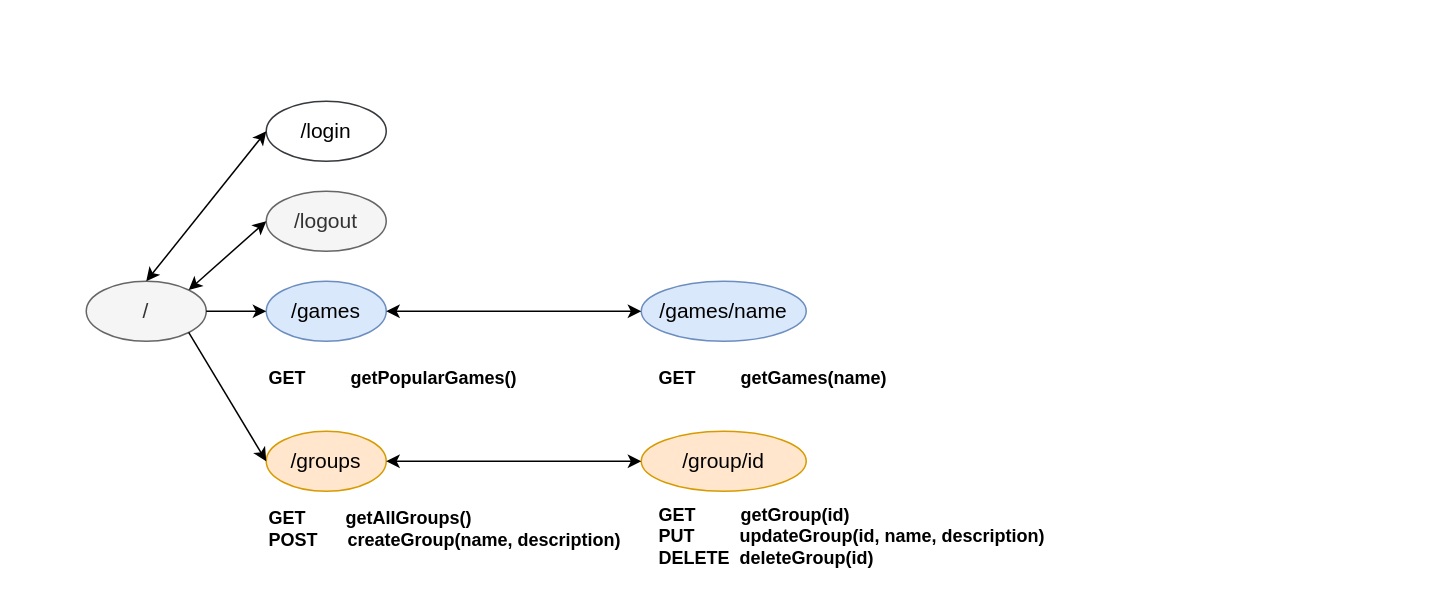
Earlier version of the draw.io diagram apiDocumentation/paths.drawio (joaoesantos/PI-1920i-LI51N-G03). Source tidied: cells renumbered, new cells numbered last; positions are measured from the earlier drawing's top-left corner, leaving out a move shared by most shapes. Both pictures are drawn from the tidied source at 150%, with x=0, y=0 at pixel (86, 100).
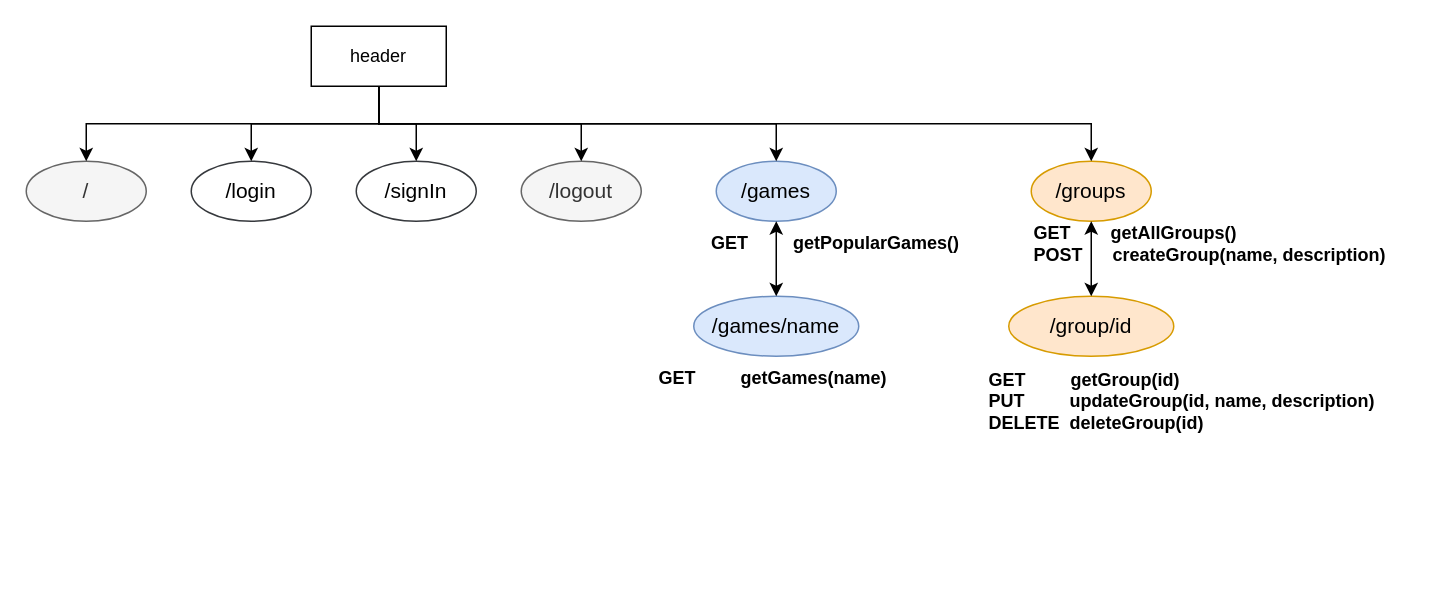
The same diagram, later.

Commit message (it also covers changes not shown here):
set password field empty when they dont match on signin, updated spa page flow with header and signin page

Diff of the diagram source:
```diff
@@
     <mxCell id="2" value="&lt;font style=&quot;font-size: 14px&quot;&gt;/&lt;/font&gt;" style="ellipse;whiteSpace=wrap;html=1;fillColor=#f5f5f5;strokeColor=#666666;fontColor=#333333;" parent="1" vertex="1">
-      <mxGeometry y="120" width="80" height="40" as="geometry" />
+      <mxGeometry x="-40" y="40" width="80" height="40" as="geometry" />
     </mxCell>
     <mxCell id="3" value="&lt;font style=&quot;font-size: 14px&quot;&gt;/games&lt;/font&gt;" style="ellipse;whiteSpace=wrap;html=1;fillColor=#dae8fc;strokeColor=#6c8ebf;" parent="1" vertex="1">
-      <mxGeometry x="120" y="120" width="80" height="40" as="geometry" />
+      <mxGeometry x="420" y="40" width="80" height="40" as="geometry" />
     </mxCell>
     <mxCell id="4" value="&lt;font style=&quot;font-size: 14px&quot;&gt;/groups&lt;/font&gt;" style="ellipse;whiteSpace=wrap;html=1;fillColor=#ffe6cc;strokeColor=#d79b00;" parent="1" vertex="1">
-      <mxGeometry x="120" y="220" width="80" height="40" as="geometry" />
+      <mxGeometry x="630" y="40" width="80" height="40" as="geometry" />
     </mxCell>
     <mxCell id="5" value="&lt;font style=&quot;font-size: 14px&quot;&gt;/games/name&lt;/font&gt;" style="ellipse;whiteSpace=wrap;html=1;fillColor=#dae8fc;strokeColor=#6c8ebf;" parent="1" vertex="1">
-      <mxGeometry x="370" y="120" width="110" height="40" as="geometry" />
+      <mxGeometry x="405" y="130" width="110" height="40" as="geometry" />
     </mxCell>
     <mxCell id="6" value="&lt;font style=&quot;font-size: 14px&quot;&gt;/group/id&lt;/font&gt;" style="ellipse;whiteSpace=wrap;html=1;fillColor=#ffe6cc;strokeColor=#d79b00;" parent="1" vertex="1">
-      <mxGeometry x="370" y="220" width="110" height="40" as="geometry" />
+      <mxGeometry x="615" y="130" width="110" height="40" as="geometry" />
     </mxCell>
     <mxCell id="7" value="&lt;b&gt;GET&amp;nbsp; &amp;nbsp; &amp;nbsp; &amp;nbsp; &amp;nbsp;getPopularGames()&lt;/b&gt;" style="text;html=1;strokeColor=none;fillColor=none;align=left;verticalAlign=middle;whiteSpace=wrap;rounded=0;" parent="1" vertex="1">
-      <mxGeometry x="120" y="170" width="200" height="30" as="geometry" />
+      <mxGeometry x="415" y="80" width="200" height="30" as="geometry" />
     </mxCell>
     <mxCell id="8" value="&lt;b&gt;GET&amp;nbsp; &amp;nbsp; &amp;nbsp; &amp;nbsp; getAllGroups()&lt;br&gt;POST&amp;nbsp; &amp;nbsp; &amp;nbsp; createGroup(name, description)&lt;/b&gt;" style="text;html=1;strokeColor=none;fillColor=none;align=left;verticalAlign=middle;whiteSpace=wrap;rounded=0;" parent="1" vertex="1">
-      <mxGeometry x="120" y="270" width="240" height="30" as="geometry" />
+      <mxGeometry x="630" y="80" width="240" height="30" as="geometry" />
     </mxCell>
@@
     <mxCell id="10" value="&lt;b&gt;GET&amp;nbsp; &amp;nbsp; &amp;nbsp; &amp;nbsp; &amp;nbsp;getGroup(id)&lt;br&gt;PUT&amp;nbsp; &amp;nbsp; &amp;nbsp; &amp;nbsp; &amp;nbsp;updateGroup(id, name, description)&lt;br&gt;DELETE&amp;nbsp; deleteGroup(id)&lt;/b&gt;" style="text;html=1;strokeColor=none;fillColor=none;align=left;verticalAlign=middle;whiteSpace=wrap;rounded=0;" parent="1" vertex="1">
-      <mxGeometry x="380" y="270" width="280" height="40" as="geometry" />
+      <mxGeometry x="600" y="180" width="280" height="40" as="geometry" />
     </mxCell>
-    <mxCell id="11" style="endArrow=classic;startArrow=classic;html=1;entryX=0;entryY=0.5;entryDx=0;entryDy=0;exitX=1;exitY=0.5;exitDx=0;exitDy=0;" parent="1" edge="1" source="4" target="6">
+    <mxCell id="11" style="endArrow=classic;startArrow=classic;html=1;entryX=0.5;entryY=0;entryDx=0;entryDy=0;exitX=0.5;exitY=1;exitDx=0;exitDy=0;" parent="1" edge="1" source="4" target="6">
       <mxGeometry relative="1" as="geometry" />
     </mxCell>
-    <mxCell id="12" style="endArrow=classic;startArrow=classic;html=1;entryX=0;entryY=0.5;entryDx=0;entryDy=0;exitX=1;exitY=0.5;exitDx=0;exitDy=0;" parent="1" edge="1" source="3" target="5">
+    <mxCell id="12" style="endArrow=classic;startArrow=classic;html=1;entryX=0.5;entryY=0;entryDx=0;entryDy=0;exitX=0.5;exitY=1;exitDx=0;exitDy=0;" parent="1" edge="1" source="3" target="5">
       <mxGeometry relative="1" as="geometry" />
     </mxCell>
     <mxCell id="13" value="&lt;font style=&quot;font-size: 14px&quot;&gt;/login&lt;/font&gt;" style="ellipse;whiteSpace=wrap;html=1;fillColor=none;strokeColor=#36393d;gradientColor=#EA6B66;gradientDirection=west;" parent="1" vertex="1">
-      <mxGeometry x="120" width="80" height="40" as="geometry" />
+      <mxGeometry x="70" y="40" width="80" height="40" as="geometry" />
     </mxCell>
-    <mxCell id="14" style="endArrow=classic;html=1;entryX=0;entryY=0.5;entryDx=0;entryDy=0;exitX=1;exitY=0.5;exitDx=0;exitDy=0;" parent="1" edge="1" source="2" target="3">
-      <mxGeometry relative="1" as="geometry" />
-    </mxCell>
-    <mxCell id="15" style="endArrow=classic;html=1;entryX=0;entryY=0.5;entryDx=0;entryDy=0;exitX=1;exitY=1;exitDx=0;exitDy=0;" parent="1" edge="1" source="2" target="4">
-      <mxGeometry relative="1" as="geometry" />
-    </mxCell>
-    <mxCell id="16" style="endArrow=classic;html=1;entryX=0;entryY=0.5;entryDx=0;entryDy=0;exitX=0.5;exitY=0;exitDx=0;exitDy=0;startArrow=classic;startFill=1;" parent="1" edge="1" source="2" target="13">
-      <mxGeometry relative="1" as="geometry" />
-    </mxCell>
     <mxCell id="17" value="&lt;font style=&quot;font-size: 14px&quot;&gt;/logout&lt;/font&gt;" style="ellipse;whiteSpace=wrap;html=1;fillColor=#f5f5f5;strokeColor=#666666;fontColor=#333333;" parent="1" vertex="1">
-      <mxGeometry x="120" y="60" width="80" height="40" as="geometry" />
+      <mxGeometry x="290" y="40" width="80" height="40" as="geometry" />
     </mxCell>
-    <mxCell id="18" style="endArrow=classic;html=1;exitX=1;exitY=0;exitDx=0;exitDy=0;entryX=0;entryY=0.5;entryDx=0;entryDy=0;startArrow=classic;startFill=1;" parent="1" edge="1" source="2" target="17">
-      <mxGeometry relative="1" as="geometry" />
-    </mxCell>
+    <mxCell id="19" style="edgeStyle=orthogonalEdgeStyle;rounded=0;jettySize=auto;html=1;exitX=0.5;exitY=1;exitDx=0;exitDy=0;entryX=0.5;entryY=0;entryDx=0;entryDy=0;" parent="1" edge="1" source="20" target="4">
+      <mxGeometry relative="1" as="geometry" />
+    </mxCell>
+    <mxCell id="20" value="header" style="rounded=0;whiteSpace=wrap;html=1;" parent="1" vertex="1">
+      <mxGeometry x="150" y="-50" width="90" height="40" as="geometry" />
+    </mxCell>
+    <mxCell id="21" style="edgeStyle=orthogonalEdgeStyle;rounded=0;jettySize=auto;html=1;exitX=0.5;exitY=1;exitDx=0;exitDy=0;entryX=0.5;entryY=0;entryDx=0;entryDy=0;" parent="1" edge="1" source="20" target="3">
+      <mxGeometry relative="1" as="geometry" />
+    </mxCell>
+    <mxCell id="22" style="edgeStyle=orthogonalEdgeStyle;rounded=0;jettySize=auto;html=1;exitX=0.5;exitY=1;exitDx=0;exitDy=0;entryX=0.5;entryY=0;entryDx=0;entryDy=0;" parent="1" edge="1" source="20" target="17">
+      <mxGeometry relative="1" as="geometry" />
+    </mxCell>
+    <mxCell id="23" style="edgeStyle=orthogonalEdgeStyle;rounded=0;jettySize=auto;html=1;exitX=0.5;exitY=1;exitDx=0;exitDy=0;" parent="1" edge="1" source="20" target="13">
+      <mxGeometry relative="1" as="geometry" />
+    </mxCell>
+    <mxCell id="24" style="edgeStyle=orthogonalEdgeStyle;rounded=0;jettySize=auto;html=1;exitX=0.5;exitY=1;exitDx=0;exitDy=0;entryX=0.5;entryY=0;entryDx=0;entryDy=0;" parent="1" edge="1" source="20" target="2">
+      <mxGeometry relative="1" as="geometry" />
+    </mxCell>
+    <mxCell id="25" value="&lt;font style=&quot;font-size: 14px&quot;&gt;/signIn&lt;/font&gt;" style="ellipse;whiteSpace=wrap;html=1;fillColor=none;strokeColor=#36393d;gradientColor=#EA6B66;gradientDirection=west;" parent="1" vertex="1">
+      <mxGeometry x="180" y="40" width="80" height="40" as="geometry" />
+    </mxCell>
+    <mxCell id="26" style="edgeStyle=orthogonalEdgeStyle;rounded=0;jettySize=auto;html=1;exitX=0.5;exitY=1;exitDx=0;exitDy=0;entryX=0.5;entryY=0;entryDx=0;entryDy=0;" parent="1" edge="1" source="20" target="25">
+      <mxGeometry relative="1" as="geometry" />
+    </mxCell>
```
